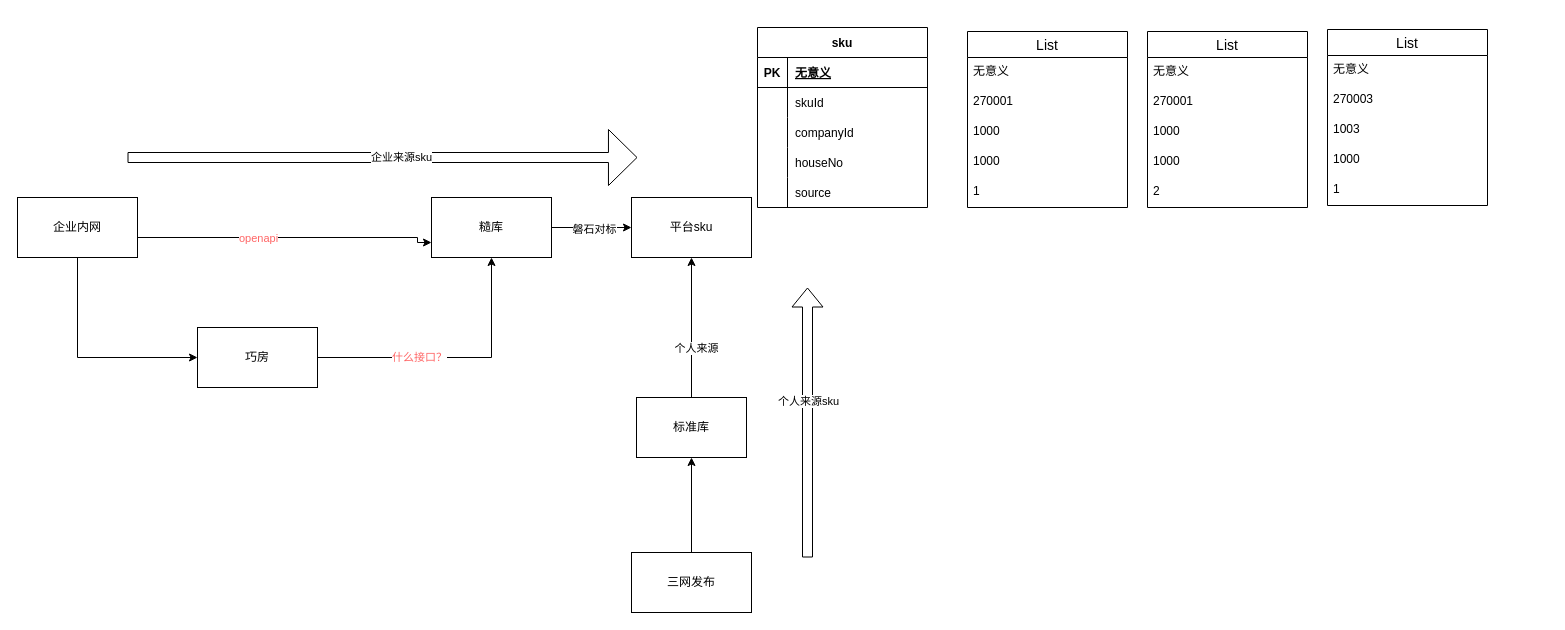
Earlier version of the draw.io diagram sku数据同步.drawio (guyukou/drawio). Source tidied: cells renumbered, new cells numbered last; positions are measured from the earlier drawing's top-left corner, leaving out a move shared by most shapes. Both pictures are drawn from the tidied source at 100%, with x=0, y=0 at pixel (17, 27).
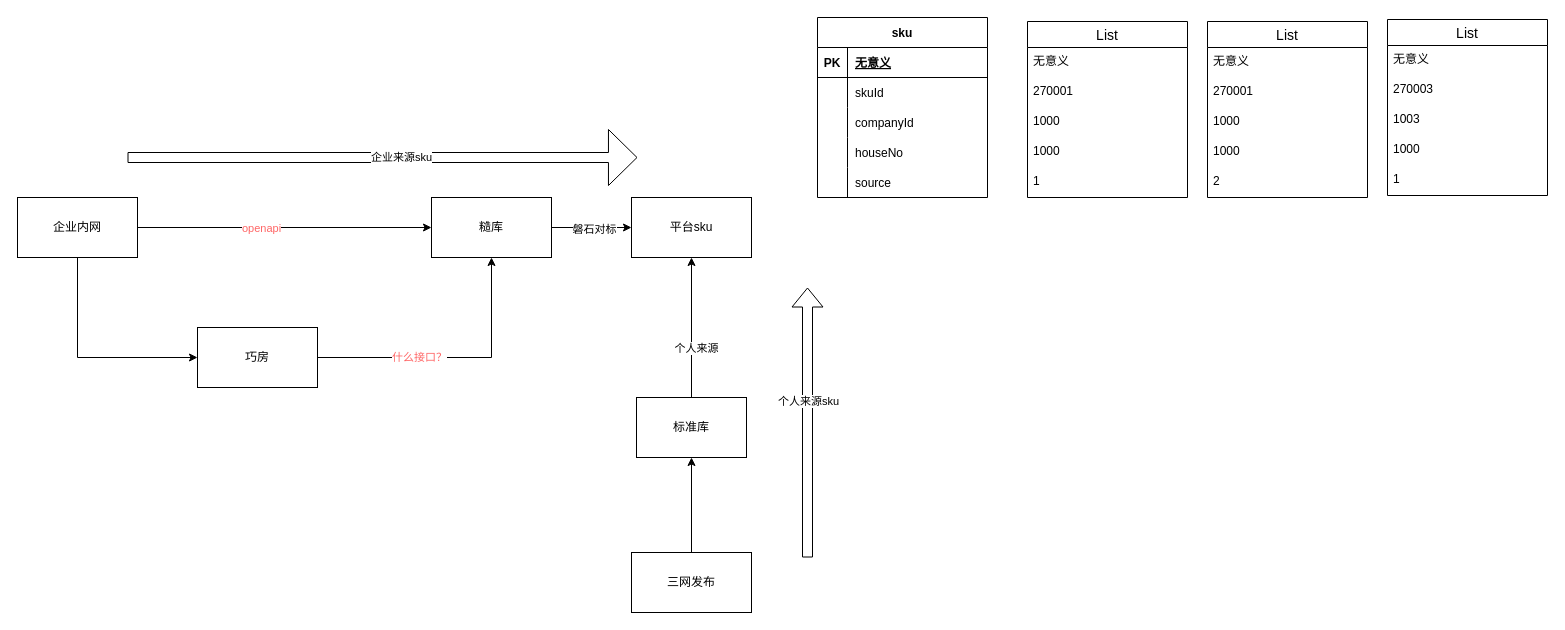
The same page after the edit.

Unchanged cells that the change refers to:
```xml
<mxCell id="5" value="糙库" style="rounded=0;whiteSpace=wrap;html=1;" parent="1" vertex="1">
  <mxGeometry x="414" y="170" width="120" height="60" as="geometry" />
</mxCell>
<mxCell id="9" value="企业内网" style="rounded=0;whiteSpace=wrap;html=1;" parent="1" vertex="1">
  <mxGeometry y="170" width="120" height="60" as="geometry" />
</mxCell>
```

Diff of the diagram source:
```diff
@@
-    <mxCell id="7" style="edgeStyle=orthogonalEdgeStyle;rounded=0;jettySize=auto;html=1;exitX=1;exitY=0.5;exitDx=0;exitDy=0;entryX=0;entryY=0.75;entryDx=0;entryDy=0;" parent="1" edge="1" source="9" target="5">
+    <mxCell id="7" style="edgeStyle=orthogonalEdgeStyle;rounded=0;jettySize=auto;html=1;exitX=1;exitY=0.5;exitDx=0;exitDy=0;entryX=0;entryY=0.5;entryDx=0;entryDy=0;" parent="1" edge="1" source="9" target="5">
       <mxGeometry relative="1" as="geometry">
         <Array as="points">
-          <mxPoint x="120" y="210" />
-          <mxPoint x="400" y="210" />
-          <mxPoint x="400" y="215" />
+          <mxPoint x="410" y="200" />
+          <mxPoint x="410" y="200" />
         </Array>
       </mxGeometry>
     </mxCell>
@@
     <mxCell id="22" value="sku" style="shape=table;startSize=30;childLayout=tableLayout;rowLines=0;fontStyle=1;align=center;fontColor=#000000;" parent="1" vertex="1">
-      <mxGeometry x="740" width="170" height="180" as="geometry" />
+      <mxGeometry x="800" y="-10" width="170" height="180" as="geometry" />
     </mxCell>
@@
     <mxCell id="38" value="List" style="swimlane;fontStyle=0;horizontal=1;startSize=26;align=center;fontSize=14;fontColor=#000000;" parent="1" vertex="1">
-      <mxGeometry x="950" y="4" width="160" height="176" as="geometry" />
+      <mxGeometry x="1010" y="-6" width="160" height="176" as="geometry" />
     </mxCell>
@@
     <mxCell id="44" value="List" style="swimlane;fontStyle=0;horizontal=1;startSize=26;align=center;fontSize=14;fontColor=#000000;" parent="1" vertex="1">
-      <mxGeometry x="1130" y="4" width="160" height="176" as="geometry" />
+      <mxGeometry x="1190" y="-6" width="160" height="176" as="geometry" />
     </mxCell>
@@
     <mxCell id="50" value="List" style="swimlane;fontStyle=0;horizontal=1;startSize=26;align=center;fontSize=14;fontColor=#000000;" parent="1" vertex="1">
-      <mxGeometry x="1310" y="2" width="160" height="176" as="geometry" />
+      <mxGeometry x="1370" y="-8" width="160" height="176" as="geometry" />
     </mxCell>
```
